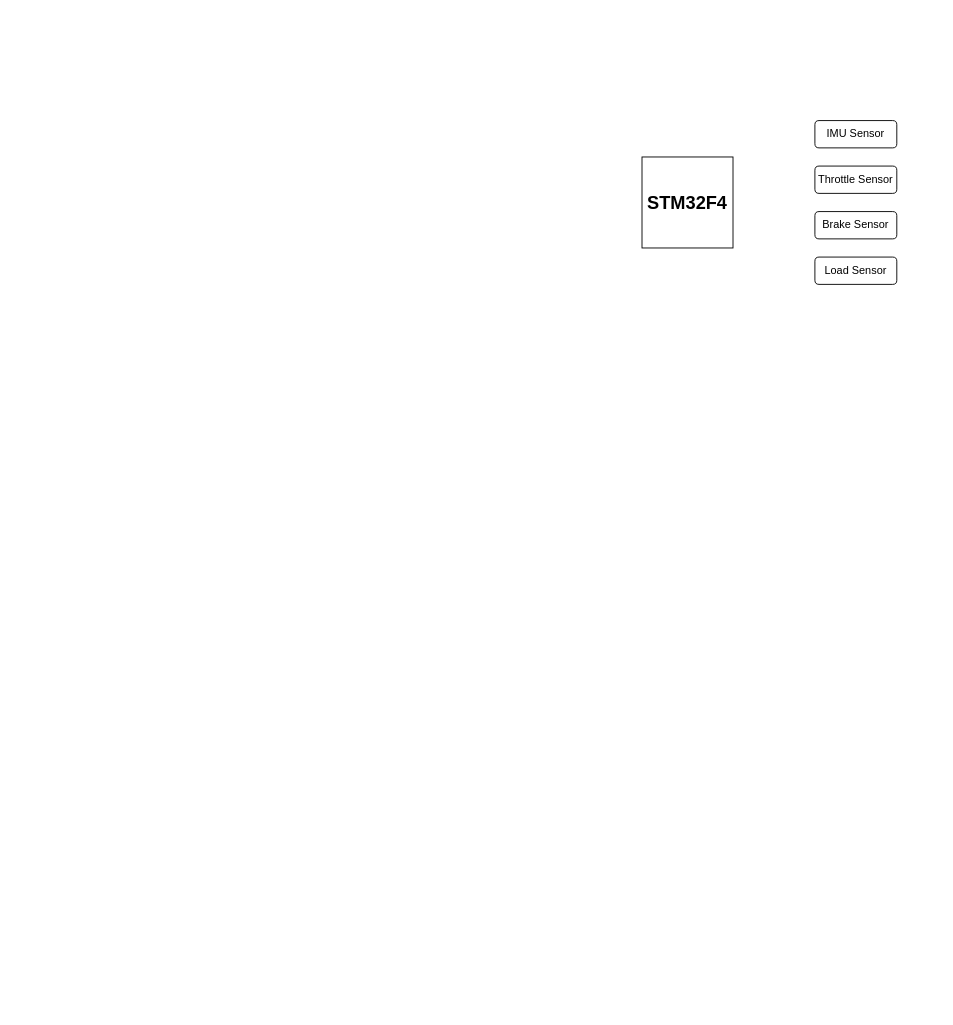
Earlier version of the draw.io diagram Vehicle Architecture.drawio (techvitamins/developer). Source tidied: cells renumbered, new cells numbered last; positions are measured from the earlier drawing's top-left corner, leaving out a move shared by most shapes. Both pictures are drawn from the tidied source at 91%, with x=0, y=0 at pixel (642, 120). Pictures stored in the file or linked from it are replaced by grey dashed boxes.
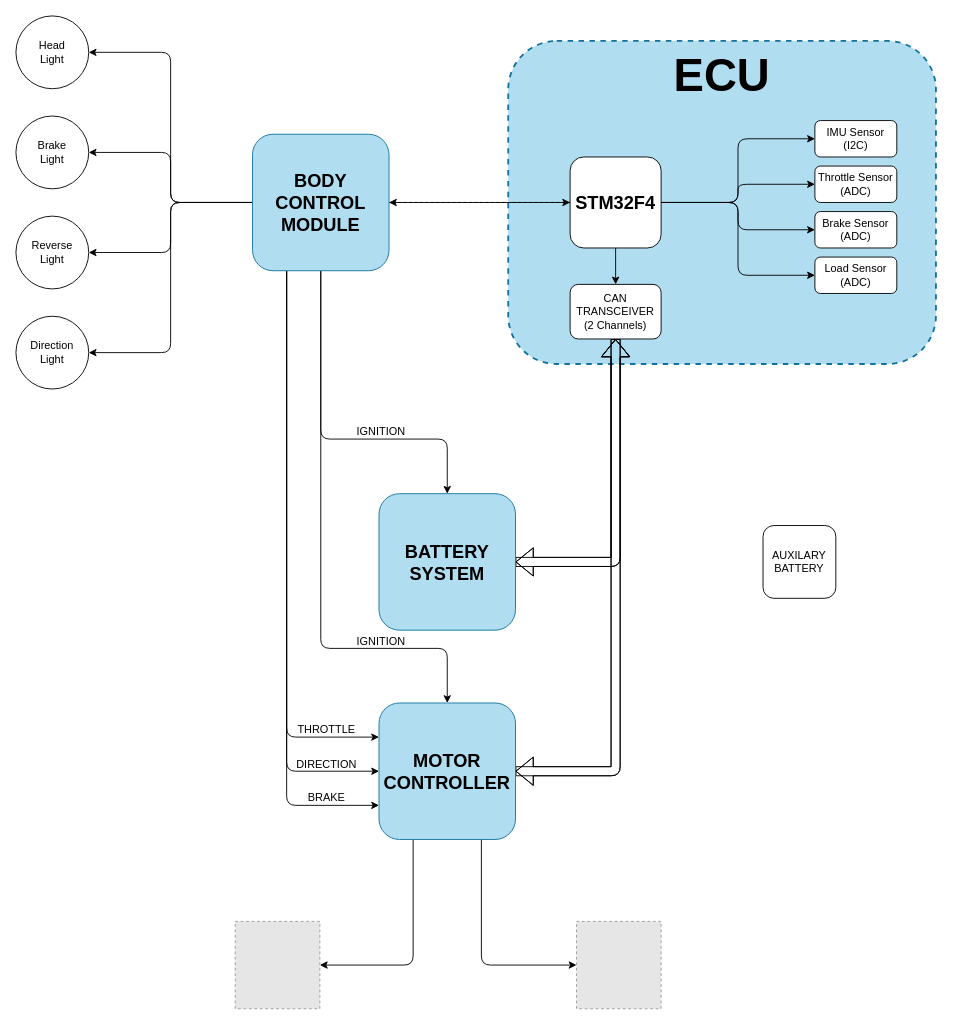
Above is the later version.

Change to the diagram source:
```diff
@@
+    <mxCell id="7" style="rounded=1;whiteSpace=wrap;html=1;fontSize=12;dashed=1;strokeWidth=2;fillColor=#b1ddf0;strokeColor=#10739e;" parent="1" vertex="1">
+      <mxGeometry x="-147" y="-87.5" width="470" height="355" as="geometry" />
+    </mxCell>
+    <mxCell id="8" style="edgeStyle=orthogonalEdgeStyle;rounded=1;jettySize=auto;html=1;entryX=0;entryY=0.5;entryDx=0;entryDy=0;fontSize=14;" parent="1" edge="1" source="2" target="3">
+      <mxGeometry relative="1" as="geometry" />
+    </mxCell>
+    <mxCell id="9" style="edgeStyle=orthogonalEdgeStyle;rounded=1;jettySize=auto;html=1;entryX=0;entryY=0.5;entryDx=0;entryDy=0;fontSize=14;" parent="1" edge="1" source="2" target="4">
+      <mxGeometry relative="1" as="geometry" />
+    </mxCell>
+    <mxCell id="10" style="edgeStyle=orthogonalEdgeStyle;rounded=1;jettySize=auto;html=1;entryX=0;entryY=0.5;entryDx=0;entryDy=0;fontSize=14;" parent="1" edge="1" source="2" target="5">
+      <mxGeometry relative="1" as="geometry" />
+    </mxCell>
+    <mxCell id="11" style="edgeStyle=orthogonalEdgeStyle;rounded=1;jettySize=auto;html=1;entryX=0;entryY=0.5;entryDx=0;entryDy=0;fontSize=14;" parent="1" edge="1" source="2" target="6">
+      <mxGeometry relative="1" as="geometry" />
+    </mxCell>
+    <mxCell id="12" style="edgeStyle=orthogonalEdgeStyle;rounded=1;jettySize=auto;html=1;entryX=0.5;entryY=0;entryDx=0;entryDy=0;fontSize=12;" parent="1" edge="1" source="2" target="22">
+      <mxGeometry relative="1" as="geometry" />
+    </mxCell>
+    <mxCell id="13" style="edgeStyle=orthogonalEdgeStyle;rounded=1;jettySize=auto;html=1;dashed=1;fontSize=12;" parent="1" edge="1" source="2" target="33">
+      <mxGeometry relative="1" as="geometry" />
+    </mxCell>
-    <mxCell id="2" value="&lt;b&gt;&lt;font style=&quot;font-size: 20px&quot;&gt;STM32F4&lt;/font&gt;&lt;/b&gt;" style="whiteSpace=wrap;html=1;" parent="1" vertex="1">
-      <mxGeometry y="40" width="100" height="100" as="geometry" />
+    <mxCell id="2" value="&lt;b&gt;&lt;font style=&quot;font-size: 20px&quot;&gt;STM32F4&lt;/font&gt;&lt;/b&gt;" style="whiteSpace=wrap;html=1;rounded=1;" parent="1" vertex="1">
+      <mxGeometry x="-79" y="40" width="100" height="100" as="geometry" />
     </mxCell>
-    <mxCell id="3" value="IMU Sensor" style="rounded=1;whiteSpace=wrap;html=1;fontSize=12;" parent="1" vertex="1">
-      <mxGeometry x="190" width="90" height="30" as="geometry" />
+    <mxCell id="3" value="IMU Sensor&lt;br&gt;(I2C)" style="rounded=1;whiteSpace=wrap;html=1;fontSize=12;" parent="1" vertex="1">
+      <mxGeometry x="190" width="90" height="40" as="geometry" />
     </mxCell>
-    <mxCell id="4" value="Throttle&amp;nbsp;Sensor" style="rounded=1;whiteSpace=wrap;html=1;fontSize=12;" parent="1" vertex="1">
-      <mxGeometry x="190" y="50" width="90" height="30" as="geometry" />
+    <mxCell id="4" value="Throttle&amp;nbsp;Sensor&lt;br&gt;(ADC)" style="rounded=1;whiteSpace=wrap;html=1;fontSize=12;" parent="1" vertex="1">
+      <mxGeometry x="190" y="50" width="90" height="40" as="geometry" />
     </mxCell>
-    <mxCell id="5" value="Brake Sensor" style="rounded=1;whiteSpace=wrap;html=1;fontSize=12;" parent="1" vertex="1">
-      <mxGeometry x="190" y="100" width="90" height="30" as="geometry" />
+    <mxCell id="5" value="Brake Sensor&lt;br&gt;(ADC)" style="rounded=1;whiteSpace=wrap;html=1;fontSize=12;" parent="1" vertex="1">
+      <mxGeometry x="190" y="100" width="90" height="40" as="geometry" />
     </mxCell>
-    <mxCell id="6" value="Load Sensor" style="rounded=1;whiteSpace=wrap;html=1;fontSize=12;" parent="1" vertex="1">
-      <mxGeometry x="190" y="150" width="90" height="30" as="geometry" />
+    <mxCell id="6" value="Load Sensor&lt;br&gt;(ADC)" style="rounded=1;whiteSpace=wrap;html=1;fontSize=12;" parent="1" vertex="1">
+      <mxGeometry x="190" y="150" width="90" height="40" as="geometry" />
     </mxCell>
+    <mxCell id="14" style="edgeStyle=orthogonalEdgeStyle;curved=0;rounded=1;sketch=0;jettySize=auto;html=1;exitX=0.25;exitY=1;exitDx=0;exitDy=0;entryX=1;entryY=0.5;entryDx=0;entryDy=0;" parent="1" edge="1" source="17" target="39">
+      <mxGeometry relative="1" as="geometry" />
+    </mxCell>
+    <mxCell id="15" style="edgeStyle=orthogonalEdgeStyle;curved=0;rounded=1;sketch=0;jettySize=auto;html=1;exitX=0.75;exitY=1;exitDx=0;exitDy=0;entryX=0;entryY=0.5;entryDx=0;entryDy=0;" parent="1" edge="1" source="17" target="40">
+      <mxGeometry relative="1" as="geometry" />
+    </mxCell>
+    <mxCell id="16" style="edgeStyle=orthogonalEdgeStyle;shape=flexArrow;curved=0;rounded=1;sketch=0;jettySize=auto;html=1;entryX=0.5;entryY=1;entryDx=0;entryDy=0;fontSize=50;" parent="1" edge="1" source="17" target="22">
+      <mxGeometry relative="1" as="geometry" />
+    </mxCell>
+    <mxCell id="17" value="&lt;b&gt;&lt;font style=&quot;font-size: 20px&quot;&gt;MOTOR&lt;br&gt;CONTROLLER&lt;br&gt;&lt;/font&gt;&lt;/b&gt;" style="whiteSpace=wrap;html=1;rounded=1;fillColor=#b1ddf0;strokeColor=#10739e;" parent="1" vertex="1">
+      <mxGeometry x="-289" y="640" width="150" height="150" as="geometry" />
+    </mxCell>
+    <mxCell id="18" style="edgeStyle=orthogonalEdgeStyle;shape=flexArrow;curved=0;rounded=1;sketch=0;jettySize=auto;html=1;entryX=0.5;entryY=1;entryDx=0;entryDy=0;fontSize=50;" parent="1" edge="1" source="19" target="22">
+      <mxGeometry relative="1" as="geometry" />
+    </mxCell>
+    <mxCell id="19" value="&lt;b&gt;&lt;font style=&quot;font-size: 20px&quot;&gt;BATTERY&lt;br&gt;SYSTEM&lt;br&gt;&lt;/font&gt;&lt;/b&gt;" style="whiteSpace=wrap;html=1;rounded=1;fillColor=#b1ddf0;strokeColor=#10739e;" parent="1" vertex="1">
+      <mxGeometry x="-289" y="410" width="150" height="150" as="geometry" />
+    </mxCell>
+    <mxCell id="20" style="edgeStyle=orthogonalEdgeStyle;curved=0;rounded=1;sketch=0;jettySize=auto;html=1;entryX=1;entryY=0.5;entryDx=0;entryDy=0;shape=flexArrow;" parent="1" edge="1" source="22" target="17">
+      <mxGeometry relative="1" as="geometry">
+        <Array as="points">
+          <mxPoint x="-29" y="715" />
+        </Array>
+      </mxGeometry>
+    </mxCell>
+    <mxCell id="21" style="edgeStyle=orthogonalEdgeStyle;curved=0;rounded=1;sketch=0;jettySize=auto;html=1;entryX=1;entryY=0.5;entryDx=0;entryDy=0;shape=flexArrow;" parent="1" edge="1" source="22" target="19">
+      <mxGeometry relative="1" as="geometry">
+        <Array as="points">
+          <mxPoint x="-29" y="485" />
+        </Array>
+      </mxGeometry>
+    </mxCell>
+    <mxCell id="22" value="CAN&lt;br&gt;TRANSCEIVER&lt;br&gt;(2 Channels)" style="rounded=1;whiteSpace=wrap;html=1;fontSize=12;" parent="1" vertex="1">
+      <mxGeometry x="-79" y="180" width="100" height="60" as="geometry" />
+    </mxCell>
+    <mxCell id="23" style="edgeStyle=orthogonalEdgeStyle;rounded=1;jettySize=auto;html=1;entryX=0;entryY=0.5;entryDx=0;entryDy=0;fontSize=12;" parent="1" edge="1" source="33" target="2">
+      <mxGeometry relative="1" as="geometry" />
+    </mxCell>
+    <mxCell id="24" style="edgeStyle=orthogonalEdgeStyle;rounded=1;jettySize=auto;html=1;entryX=1;entryY=0.5;entryDx=0;entryDy=0;fontSize=12;" parent="1" edge="1" source="33" target="37">
+      <mxGeometry relative="1" as="geometry" />
+    </mxCell>
+    <mxCell id="25" style="edgeStyle=orthogonalEdgeStyle;rounded=1;jettySize=auto;html=1;entryX=1;entryY=0.5;entryDx=0;entryDy=0;fontSize=12;" parent="1" edge="1" source="33" target="34">
+      <mxGeometry relative="1" as="geometry" />
+    </mxCell>
+    <mxCell id="26" style="edgeStyle=orthogonalEdgeStyle;rounded=1;jettySize=auto;html=1;entryX=1;entryY=0.5;entryDx=0;entryDy=0;fontSize=12;" parent="1" edge="1" source="33" target="35">
+      <mxGeometry relative="1" as="geometry" />
+    </mxCell>
+    <mxCell id="27" style="edgeStyle=orthogonalEdgeStyle;rounded=1;jettySize=auto;html=1;entryX=1;entryY=0.5;entryDx=0;entryDy=0;fontSize=12;" parent="1" edge="1" source="33" target="36">
+      <mxGeometry relative="1" as="geometry" />
+    </mxCell>
+    <mxCell id="28" style="edgeStyle=orthogonalEdgeStyle;curved=0;rounded=1;sketch=0;jettySize=auto;html=1;entryX=0.5;entryY=0;entryDx=0;entryDy=0;" parent="1" edge="1" source="33" target="19">
+      <mxGeometry relative="1" as="geometry">
+        <Array as="points">
+          <mxPoint x="-353" y="350" />
+          <mxPoint x="-214" y="350" />
+        </Array>
+      </mxGeometry>
+    </mxCell>
+    <mxCell id="29" style="edgeStyle=orthogonalEdgeStyle;curved=0;rounded=1;sketch=0;jettySize=auto;html=1;exitX=0.25;exitY=1;exitDx=0;exitDy=0;entryX=0;entryY=0.25;entryDx=0;entryDy=0;" parent="1" edge="1" source="33" target="17">
+      <mxGeometry relative="1" as="geometry" />
+    </mxCell>
+    <mxCell id="30" style="edgeStyle=orthogonalEdgeStyle;curved=0;rounded=1;sketch=0;jettySize=auto;html=1;exitX=0.25;exitY=1;exitDx=0;exitDy=0;entryX=0;entryY=0.5;entryDx=0;entryDy=0;" parent="1" edge="1" source="33" target="17">
+      <mxGeometry relative="1" as="geometry" />
+    </mxCell>
+    <mxCell id="31" style="edgeStyle=orthogonalEdgeStyle;curved=0;rounded=1;sketch=0;jettySize=auto;html=1;exitX=0.25;exitY=1;exitDx=0;exitDy=0;entryX=0;entryY=0.75;entryDx=0;entryDy=0;" parent="1" edge="1" source="33" target="17">
+      <mxGeometry relative="1" as="geometry" />
+    </mxCell>
+    <mxCell id="32" style="edgeStyle=orthogonalEdgeStyle;curved=0;rounded=1;sketch=0;jettySize=auto;html=1;entryX=0.5;entryY=0;entryDx=0;entryDy=0;fontSize=50;" parent="1" edge="1" source="33" target="17">
+      <mxGeometry relative="1" as="geometry">
+        <Array as="points">
+          <mxPoint x="-353" y="580" />
+          <mxPoint x="-214" y="580" />
+        </Array>
+      </mxGeometry>
+    </mxCell>
+    <mxCell id="33" value="&lt;b&gt;&lt;font style=&quot;font-size: 20px&quot;&gt;BODY&lt;br&gt;CONTROL&lt;br&gt;MODULE&lt;br&gt;&lt;/font&gt;&lt;/b&gt;" style="whiteSpace=wrap;html=1;rounded=1;fillColor=#b1ddf0;strokeColor=#10739e;" parent="1" vertex="1">
+      <mxGeometry x="-428" y="15" width="150" height="150" as="geometry" />
+    </mxCell>
+    <mxCell id="34" value="Brake&lt;br&gt;Light" style="ellipse;whiteSpace=wrap;html=1;fontSize=12;rounded=1;" parent="1" vertex="1">
+      <mxGeometry x="-688" y="-5" width="80" height="80" as="geometry" />
+    </mxCell>
+    <mxCell id="35" value="Reverse&lt;br&gt;Light" style="ellipse;whiteSpace=wrap;html=1;fontSize=12;rounded=1;" parent="1" vertex="1">
+      <mxGeometry x="-688" y="105" width="80" height="80" as="geometry" />
+    </mxCell>
+    <mxCell id="36" value="Direction&lt;br&gt;Light" style="ellipse;whiteSpace=wrap;html=1;fontSize=12;rounded=1;" parent="1" vertex="1">
+      <mxGeometry x="-688" y="215" width="80" height="80" as="geometry" />
+    </mxCell>
+    <mxCell id="37" value="Head&lt;br&gt;Light" style="ellipse;whiteSpace=wrap;html=1;fontSize=12;rounded=1;" parent="1" vertex="1">
+      <mxGeometry x="-688" y="-115" width="80" height="80" as="geometry" />
+    </mxCell>
+    <mxCell id="38" value="AUXILARY&lt;br&gt;BATTERY" style="whiteSpace=wrap;html=1;fontSize=12;rounded=1;" parent="1" vertex="1">
+      <mxGeometry x="133" y="445" width="80" height="80" as="geometry" />
+    </mxCell>
+    <mxCell id="39" style="fillColor=#E6E6E6;strokeColor=#999999;dashed=1;verticalLabelPosition=bottom;labelBackgroundColor=default;verticalAlign=top;" parent="1" vertex="1">
+      <mxGeometry x="-447" y="880" width="93" height="96" as="geometry" />
+    </mxCell>
+    <mxCell id="40" style="fillColor=#E6E6E6;strokeColor=#999999;dashed=1;verticalLabelPosition=bottom;labelBackgroundColor=default;verticalAlign=top;" parent="1" vertex="1">
+      <mxGeometry x="-72" y="880" width="93" height="96" as="geometry" />
+    </mxCell>
+    <mxCell id="41" value="THROTTLE" style="text;html=1;align=center;verticalAlign=middle;strokeColor=none;fillColor=none;" parent="1" vertex="1">
+      <mxGeometry x="-387" y="660" width="80" height="20" as="geometry" />
+    </mxCell>
+    <mxCell id="42" value="DIRECTION" style="text;html=1;align=center;verticalAlign=middle;strokeColor=none;fillColor=none;" parent="1" vertex="1">
+      <mxGeometry x="-387" y="698" width="80" height="20" as="geometry" />
+    </mxCell>
+    <mxCell id="43" value="BRAKE" style="text;html=1;align=center;verticalAlign=middle;strokeColor=none;fillColor=none;" parent="1" vertex="1">
+      <mxGeometry x="-377" y="734" width="60" height="20" as="geometry" />
+    </mxCell>
+    <mxCell id="44" value="&lt;b&gt;&lt;font style=&quot;font-size: 50px&quot;&gt;ECU&lt;/font&gt;&lt;/b&gt;" style="text;html=1;strokeColor=none;fillColor=none;align=center;verticalAlign=middle;whiteSpace=wrap;rounded=0;sketch=0;" parent="1" vertex="1">
+      <mxGeometry x="58" y="-65" width="60" height="30" as="geometry" />
+    </mxCell>
+    <mxCell id="45" value="IGNITION" style="text;html=1;align=center;verticalAlign=middle;strokeColor=none;fillColor=none;" parent="1" vertex="1">
+      <mxGeometry x="-322" y="331.5" width="70" height="20" as="geometry" />
+    </mxCell>
+    <mxCell id="46" value="IGNITION" style="text;html=1;align=center;verticalAlign=middle;strokeColor=none;fillColor=none;" parent="1" vertex="1">
+      <mxGeometry x="-322" y="562.5" width="70" height="20" as="geometry" />
+    </mxCell>
```
